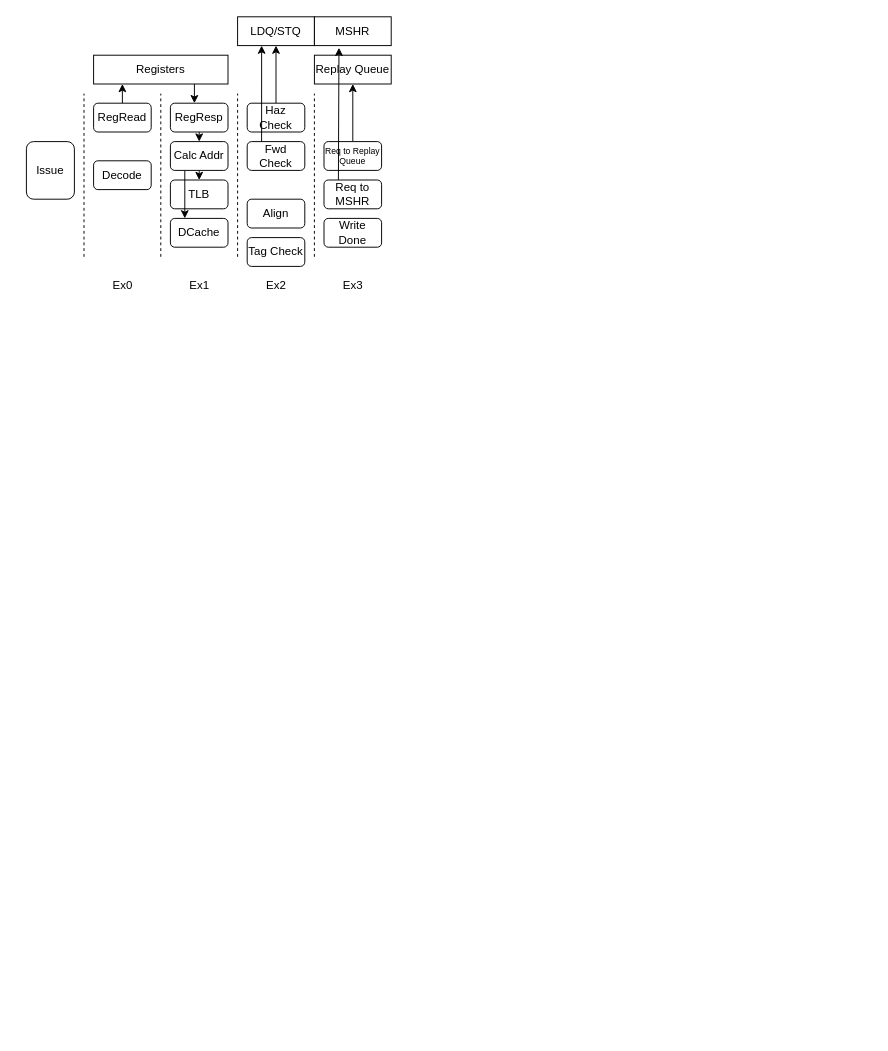
Above: page "LSU Pipeline" (13 of 14) of docs/source/msrh.drawio in msyksphinz-self/scariv_zero (draw.io), before the change. Source tidied: cells renumbered, new cells numbered last; positions are measured from the earlier drawing's top-left corner, leaving out a move shared by most shapes. Both pictures are drawn from the tidied source at 96%, with x=0, y=0 at pixel (26, 16).
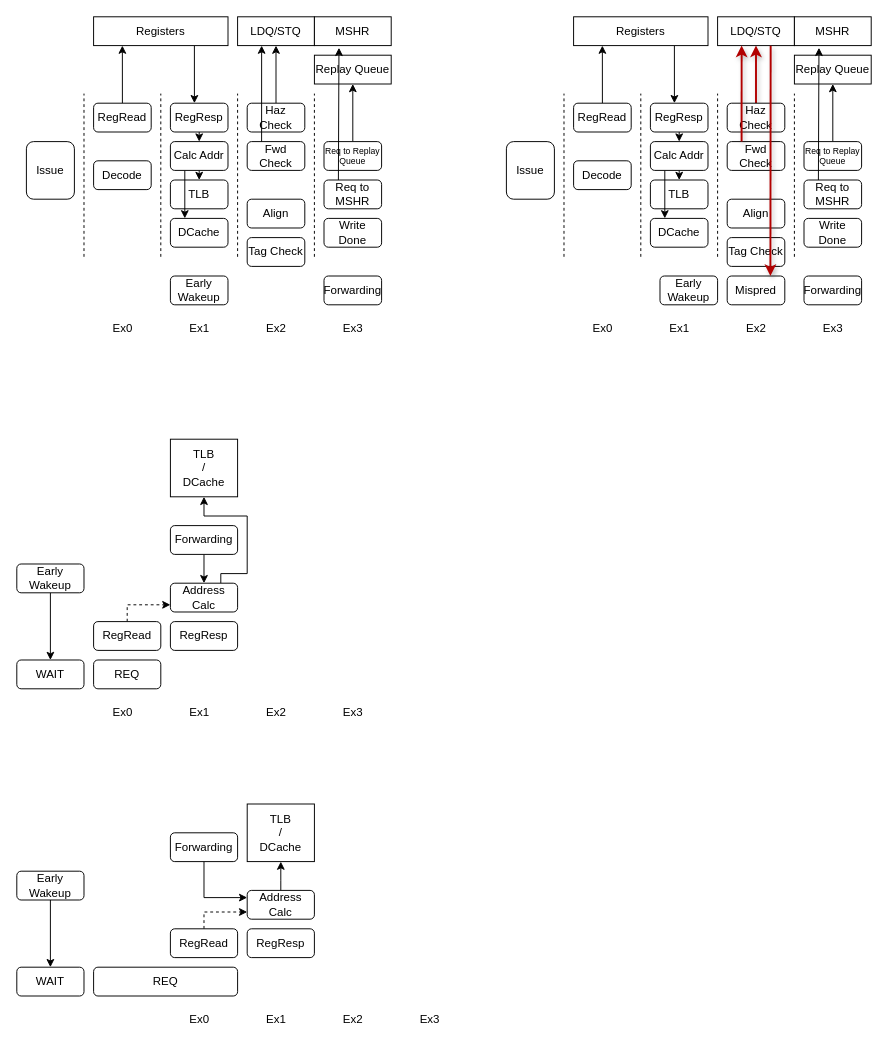
The same diagram, later.

Commit message:
Add LSU update pipeline

The edit, as a diff of the source:
```diff
@@
     <mxCell id="15" value="Registers" style="rounded=0;whiteSpace=wrap;html=1;" parent="1" vertex="1">
-      <mxGeometry x="70" y="40" width="140" height="30" as="geometry" />
+      <mxGeometry x="70" width="140" height="30" as="geometry" />
     </mxCell>
@@
     <mxCell id="19" value="Ex0" style="text;html=1;align=center;verticalAlign=middle;strokeColor=none;fillColor=none;" parent="1" vertex="1">
-      <mxGeometry x="80" y="265" width="40" height="30" as="geometry" />
+      <mxGeometry x="80" y="310" width="40" height="30" as="geometry" />
     </mxCell>
     <mxCell id="20" value="Ex1" style="text;html=1;align=center;verticalAlign=middle;strokeColor=none;fillColor=none;" parent="1" vertex="1">
-      <mxGeometry x="160" y="265" width="40" height="30" as="geometry" />
+      <mxGeometry x="160" y="310" width="40" height="30" as="geometry" />
     </mxCell>
     <mxCell id="21" value="Ex2" style="text;html=1;align=center;verticalAlign=middle;strokeColor=none;fillColor=none;" parent="1" vertex="1">
-      <mxGeometry x="240" y="265" width="40" height="30" as="geometry" />
+      <mxGeometry x="240" y="310" width="40" height="30" as="geometry" />
     </mxCell>
     <mxCell id="22" value="Ex3" style="text;html=1;align=center;verticalAlign=middle;strokeColor=none;fillColor=none;" parent="1" vertex="1">
-      <mxGeometry x="320" y="265" width="40" height="30" as="geometry" />
+      <mxGeometry x="320" y="310" width="40" height="30" as="geometry" />
     </mxCell>
@@
+    <mxCell id="37" value="Early Wakeup" style="rounded=1;whiteSpace=wrap;html=1;" parent="1" vertex="1">
+      <mxGeometry x="150" y="270" width="60" height="30" as="geometry" />
+    </mxCell>
+    <mxCell id="38" value="Forwarding" style="rounded=1;whiteSpace=wrap;html=1;" parent="1" vertex="1">
+      <mxGeometry x="310" y="270" width="60" height="30" as="geometry" />
+    </mxCell>
+    <mxCell id="39" value="WAIT" style="rounded=1;whiteSpace=wrap;html=1;" parent="1" vertex="1">
+      <mxGeometry x="-10" y="670" width="70" height="30" as="geometry" />
+    </mxCell>
+    <mxCell id="40" value="Ex0" style="text;html=1;align=center;verticalAlign=middle;strokeColor=none;fillColor=none;" parent="1" vertex="1">
+      <mxGeometry x="80" y="710" width="40" height="30" as="geometry" />
+    </mxCell>
+    <mxCell id="41" value="Ex1" style="text;html=1;align=center;verticalAlign=middle;strokeColor=none;fillColor=none;" parent="1" vertex="1">
+      <mxGeometry x="160" y="710" width="40" height="30" as="geometry" />
+    </mxCell>
+    <mxCell id="42" value="Ex2" style="text;html=1;align=center;verticalAlign=middle;strokeColor=none;fillColor=none;" parent="1" vertex="1">
+      <mxGeometry x="240" y="710" width="40" height="30" as="geometry" />
+    </mxCell>
+    <mxCell id="43" value="Ex3" style="text;html=1;align=center;verticalAlign=middle;strokeColor=none;fillColor=none;" parent="1" vertex="1">
+      <mxGeometry x="320" y="710" width="40" height="30" as="geometry" />
+    </mxCell>
+    <mxCell id="44" style="edgeStyle=none;html=1;exitX=0.5;exitY=1;exitDx=0;exitDy=0;entryX=0.5;entryY=0;entryDx=0;entryDy=0;fontSize=9;" parent="1" edge="1" source="45" target="39">
+      <mxGeometry relative="1" as="geometry" />
+    </mxCell>
+    <mxCell id="45" value="Early Wakeup" style="rounded=1;whiteSpace=wrap;html=1;" parent="1" vertex="1">
+      <mxGeometry x="-10" y="570" width="70" height="30" as="geometry" />
+    </mxCell>
+    <mxCell id="46" value="REQ" style="rounded=1;whiteSpace=wrap;html=1;" parent="1" vertex="1">
+      <mxGeometry x="70" y="670" width="70" height="30" as="geometry" />
+    </mxCell>
+    <mxCell id="47" style="edgeStyle=orthogonalEdgeStyle;html=1;exitX=0.5;exitY=1;exitDx=0;exitDy=0;entryX=0.5;entryY=0;entryDx=0;entryDy=0;fontSize=9;rounded=0;" parent="1" edge="1" source="48" target="53">
+      <mxGeometry relative="1" as="geometry" />
+    </mxCell>
+    <mxCell id="48" value="Forwarding" style="rounded=1;whiteSpace=wrap;html=1;" parent="1" vertex="1">
+      <mxGeometry x="150" y="530" width="70" height="30" as="geometry" />
+    </mxCell>
+    <mxCell id="49" style="edgeStyle=orthogonalEdgeStyle;rounded=0;html=1;exitX=0.5;exitY=0;exitDx=0;exitDy=0;entryX=0;entryY=0.75;entryDx=0;entryDy=0;fontSize=9;dashed=1;" parent="1" edge="1" source="50" target="53">
+      <mxGeometry relative="1" as="geometry" />
+    </mxCell>
+    <mxCell id="50" value="RegRead" style="rounded=1;whiteSpace=wrap;html=1;fontStyle=0;" parent="1" vertex="1">
+      <mxGeometry x="70" y="630" width="70" height="30" as="geometry" />
+    </mxCell>
+    <mxCell id="51" value="RegResp" style="rounded=1;whiteSpace=wrap;html=1;fontStyle=0;" parent="1" vertex="1">
+      <mxGeometry x="150" y="630" width="70" height="30" as="geometry" />
+    </mxCell>
+    <mxCell id="52" style="edgeStyle=orthogonalEdgeStyle;rounded=0;html=1;exitX=0.75;exitY=0;exitDx=0;exitDy=0;entryX=0.5;entryY=1;entryDx=0;entryDy=0;fontSize=12;" parent="1" edge="1" source="53" target="54">
+      <mxGeometry relative="1" as="geometry">
+        <Array as="points">
+          <mxPoint x="203" y="580" />
+          <mxPoint x="230" y="580" />
+          <mxPoint x="230" y="520" />
+          <mxPoint x="185" y="520" />
+        </Array>
+      </mxGeometry>
+    </mxCell>
+    <mxCell id="53" value="Address&lt;br style=&quot;font-size: 12px;&quot;&gt;Calc" style="rounded=1;whiteSpace=wrap;html=1;fontSize=12;" parent="1" vertex="1">
+      <mxGeometry x="150" y="590" width="70" height="30" as="geometry" />
+    </mxCell>
+    <mxCell id="54" value="TLB&lt;br style=&quot;font-size: 12px;&quot;&gt;/&lt;br style=&quot;font-size: 12px;&quot;&gt;DCache" style="rounded=0;whiteSpace=wrap;html=1;fontSize=12;" parent="1" vertex="1">
+      <mxGeometry x="150" y="440" width="70" height="60" as="geometry" />
+    </mxCell>
+    <mxCell id="55" value="WAIT" style="rounded=1;whiteSpace=wrap;html=1;" parent="1" vertex="1">
+      <mxGeometry x="-10" y="990" width="70" height="30" as="geometry" />
+    </mxCell>
+    <mxCell id="56" value="Ex0" style="text;html=1;align=center;verticalAlign=middle;strokeColor=none;fillColor=none;" parent="1" vertex="1">
+      <mxGeometry x="160" y="1030" width="40" height="30" as="geometry" />
+    </mxCell>
+    <mxCell id="57" value="Ex1" style="text;html=1;align=center;verticalAlign=middle;strokeColor=none;fillColor=none;" parent="1" vertex="1">
+      <mxGeometry x="240" y="1030" width="40" height="30" as="geometry" />
+    </mxCell>
+    <mxCell id="58" value="Ex2" style="text;html=1;align=center;verticalAlign=middle;strokeColor=none;fillColor=none;" parent="1" vertex="1">
+      <mxGeometry x="320" y="1030" width="40" height="30" as="geometry" />
+    </mxCell>
+    <mxCell id="59" value="Ex3" style="text;html=1;align=center;verticalAlign=middle;strokeColor=none;fillColor=none;" parent="1" vertex="1">
+      <mxGeometry x="400" y="1030" width="40" height="30" as="geometry" />
+    </mxCell>
+    <mxCell id="60" style="edgeStyle=none;html=1;exitX=0.5;exitY=1;exitDx=0;exitDy=0;entryX=0.5;entryY=0;entryDx=0;entryDy=0;fontSize=9;" parent="1" edge="1" source="61" target="55">
+      <mxGeometry relative="1" as="geometry" />
+    </mxCell>
+    <mxCell id="61" value="Early Wakeup" style="rounded=1;whiteSpace=wrap;html=1;" parent="1" vertex="1">
+      <mxGeometry x="-10" y="890" width="70" height="30" as="geometry" />
+    </mxCell>
+    <mxCell id="62" value="REQ" style="rounded=1;whiteSpace=wrap;html=1;" parent="1" vertex="1">
+      <mxGeometry x="70" y="990" width="150" height="30" as="geometry" />
+    </mxCell>
+    <mxCell id="63" style="edgeStyle=orthogonalEdgeStyle;html=1;exitX=0.5;exitY=1;exitDx=0;exitDy=0;entryX=0;entryY=0.25;entryDx=0;entryDy=0;fontSize=9;rounded=0;" parent="1" edge="1" source="64" target="69">
+      <mxGeometry relative="1" as="geometry" />
+    </mxCell>
+    <mxCell id="64" value="Forwarding" style="rounded=1;whiteSpace=wrap;html=1;" parent="1" vertex="1">
+      <mxGeometry x="150" y="850" width="70" height="30" as="geometry" />
+    </mxCell>
+    <mxCell id="65" style="edgeStyle=orthogonalEdgeStyle;rounded=0;html=1;exitX=0.5;exitY=0;exitDx=0;exitDy=0;entryX=0;entryY=0.75;entryDx=0;entryDy=0;fontSize=9;dashed=1;" parent="1" edge="1" source="66" target="69">
+      <mxGeometry relative="1" as="geometry" />
+    </mxCell>
+    <mxCell id="66" value="RegRead" style="rounded=1;whiteSpace=wrap;html=1;fontStyle=0;" parent="1" vertex="1">
+      <mxGeometry x="150" y="950" width="70" height="30" as="geometry" />
+    </mxCell>
+    <mxCell id="67" value="RegResp" style="rounded=1;whiteSpace=wrap;html=1;fontStyle=0;" parent="1" vertex="1">
+      <mxGeometry x="230" y="950" width="70" height="30" as="geometry" />
+    </mxCell>
+    <mxCell id="68" style="edgeStyle=orthogonalEdgeStyle;rounded=0;html=1;exitX=0.5;exitY=0;exitDx=0;exitDy=0;entryX=0.5;entryY=1;entryDx=0;entryDy=0;fontSize=12;" parent="1" edge="1" source="69" target="70">
+      <mxGeometry relative="1" as="geometry">
+        <Array as="points">
+          <mxPoint x="265" y="900" />
+          <mxPoint x="265" y="900" />
+        </Array>
+      </mxGeometry>
+    </mxCell>
+    <mxCell id="69" value="Address&lt;br style=&quot;font-size: 12px;&quot;&gt;Calc" style="rounded=1;whiteSpace=wrap;html=1;fontSize=12;" parent="1" vertex="1">
+      <mxGeometry x="230" y="910" width="70" height="30" as="geometry" />
+    </mxCell>
+    <mxCell id="70" value="TLB&lt;br style=&quot;font-size: 12px;&quot;&gt;/&lt;br style=&quot;font-size: 12px;&quot;&gt;DCache" style="rounded=0;whiteSpace=wrap;html=1;fontSize=12;" parent="1" vertex="1">
+      <mxGeometry x="230" y="820" width="70" height="60" as="geometry" />
+    </mxCell>
+    <mxCell id="71" style="endArrow=none;dashed=1;html=1;" parent="1" edge="1">
+      <mxGeometry relative="1" as="geometry">
+        <mxPoint x="560" y="250" as="sourcePoint" />
+        <mxPoint x="560" y="80" as="targetPoint" />
+      </mxGeometry>
+    </mxCell>
+    <mxCell id="72" value="Issue" style="rounded=1;whiteSpace=wrap;html=1;" parent="1" vertex="1">
+      <mxGeometry x="500" y="130" width="50" height="60" as="geometry" />
+    </mxCell>
+    <mxCell id="73" style="endArrow=none;dashed=1;html=1;" parent="1" edge="1">
+      <mxGeometry relative="1" as="geometry">
+        <mxPoint x="640" y="250" as="sourcePoint" />
+        <mxPoint x="640" y="80" as="targetPoint" />
+      </mxGeometry>
+    </mxCell>
+    <mxCell id="74" style="edgeStyle=none;html=1;exitX=0.5;exitY=0;exitDx=0;exitDy=0;entryX=0.214;entryY=1;entryDx=0;entryDy=0;entryPerimeter=0;" parent="1" edge="1" source="75" target="84">
+      <mxGeometry relative="1" as="geometry" />
+    </mxCell>
+    <mxCell id="75" value="RegRead" style="rounded=1;whiteSpace=wrap;html=1;" parent="1" vertex="1">
+      <mxGeometry x="570" y="90" width="60" height="30" as="geometry" />
+    </mxCell>
+    <mxCell id="76" value="Decode" style="rounded=1;whiteSpace=wrap;html=1;" parent="1" vertex="1">
+      <mxGeometry x="570" y="150" width="60" height="30" as="geometry" />
+    </mxCell>
+    <mxCell id="77" style="edgeStyle=none;html=1;exitX=0.5;exitY=1;exitDx=0;exitDy=0;entryX=0.5;entryY=0;entryDx=0;entryDy=0;" parent="1" edge="1" source="78" target="82">
+      <mxGeometry relative="1" as="geometry" />
+    </mxCell>
+    <mxCell id="78" value="RegResp" style="rounded=1;whiteSpace=wrap;html=1;" parent="1" vertex="1">
+      <mxGeometry x="650" y="90" width="60" height="30" as="geometry" />
+    </mxCell>
+    <mxCell id="79" value="TLB" style="rounded=1;whiteSpace=wrap;html=1;" parent="1" vertex="1">
+      <mxGeometry x="650" y="170" width="60" height="30" as="geometry" />
+    </mxCell>
+    <mxCell id="80" style="edgeStyle=none;html=1;exitX=0.5;exitY=1;exitDx=0;exitDy=0;entryX=0.5;entryY=0;entryDx=0;entryDy=0;" parent="1" edge="1" source="82" target="79">
+      <mxGeometry relative="1" as="geometry" />
+    </mxCell>
+    <mxCell id="81" style="edgeStyle=none;html=1;exitX=0.25;exitY=1;exitDx=0;exitDy=0;entryX=0.25;entryY=0;entryDx=0;entryDy=0;" parent="1" edge="1" source="82" target="85">
+      <mxGeometry relative="1" as="geometry" />
+    </mxCell>
+    <mxCell id="82" value="Calc Addr" style="rounded=1;whiteSpace=wrap;html=1;" parent="1" vertex="1">
+      <mxGeometry x="650" y="130" width="60" height="30" as="geometry" />
+    </mxCell>
+    <mxCell id="83" style="edgeStyle=none;html=1;exitX=0.75;exitY=1;exitDx=0;exitDy=0;entryX=0.417;entryY=0;entryDx=0;entryDy=0;entryPerimeter=0;" parent="1" edge="1" source="84" target="78">
+      <mxGeometry relative="1" as="geometry" />
+    </mxCell>
+    <mxCell id="84" value="Registers" style="rounded=0;whiteSpace=wrap;html=1;" parent="1" vertex="1">
+      <mxGeometry x="570" width="140" height="30" as="geometry" />
+    </mxCell>
+    <mxCell id="85" value="DCache" style="rounded=1;whiteSpace=wrap;html=1;" parent="1" vertex="1">
+      <mxGeometry x="650" y="210" width="60" height="30" as="geometry" />
+    </mxCell>
+    <mxCell id="86" style="endArrow=none;dashed=1;html=1;" parent="1" edge="1">
+      <mxGeometry relative="1" as="geometry">
+        <mxPoint x="720" y="250" as="sourcePoint" />
+        <mxPoint x="720" y="80" as="targetPoint" />
+      </mxGeometry>
+    </mxCell>
+    <mxCell id="87" value="Tag Check" style="rounded=1;whiteSpace=wrap;html=1;" parent="1" vertex="1">
+      <mxGeometry x="730" y="230" width="60" height="30" as="geometry" />
+    </mxCell>
+    <mxCell id="88" value="Ex0" style="text;html=1;align=center;verticalAlign=middle;strokeColor=none;fillColor=none;" parent="1" vertex="1">
+      <mxGeometry x="580" y="310" width="40" height="30" as="geometry" />
+    </mxCell>
+    <mxCell id="89" value="Ex1" style="text;html=1;align=center;verticalAlign=middle;strokeColor=none;fillColor=none;" parent="1" vertex="1">
+      <mxGeometry x="660" y="310" width="40" height="30" as="geometry" />
+    </mxCell>
+    <mxCell id="90" value="Ex2" style="text;html=1;align=center;verticalAlign=middle;strokeColor=none;fillColor=none;" parent="1" vertex="1">
+      <mxGeometry x="740" y="310" width="40" height="30" as="geometry" />
+    </mxCell>
+    <mxCell id="91" value="Ex3" style="text;html=1;align=center;verticalAlign=middle;strokeColor=none;fillColor=none;" parent="1" vertex="1">
+      <mxGeometry x="820" y="310" width="40" height="30" as="geometry" />
+    </mxCell>
+    <mxCell id="92" value="Fwd Check" style="rounded=1;whiteSpace=wrap;html=1;" parent="1" vertex="1">
+      <mxGeometry x="730" y="130" width="60" height="30" as="geometry" />
+    </mxCell>
+    <mxCell id="93" style="endArrow=none;dashed=1;html=1;" parent="1" edge="1">
+      <mxGeometry relative="1" as="geometry">
+        <mxPoint x="800" y="250" as="sourcePoint" />
+        <mxPoint x="800" y="80" as="targetPoint" />
+      </mxGeometry>
+    </mxCell>
+    <mxCell id="94" style="edgeStyle=none;html=1;exitX=0.5;exitY=0;exitDx=0;exitDy=0;entryX=0.5;entryY=1;entryDx=0;entryDy=0;fillColor=#e51400;strokeColor=#B20000;shadow=1;strokeWidth=2;" parent="1" edge="1" source="95" target="96">
+      <mxGeometry relative="1" as="geometry" />
+    </mxCell>
+    <mxCell id="95" value="Haz&lt;br&gt;Check" style="rounded=1;whiteSpace=wrap;html=1;" parent="1" vertex="1">
+      <mxGeometry x="730" y="90" width="60" height="30" as="geometry" />
+    </mxCell>
+    <mxCell id="96" value="LDQ/STQ" style="rounded=0;whiteSpace=wrap;html=1;" parent="1" vertex="1">
+      <mxGeometry x="720" width="80" height="30" as="geometry" />
+    </mxCell>
+    <mxCell id="97" style="edgeStyle=none;html=1;exitX=0.25;exitY=0;exitDx=0;exitDy=0;entryX=0.313;entryY=1;entryDx=0;entryDy=0;entryPerimeter=0;fillColor=#e51400;strokeColor=#B20000;shadow=1;strokeWidth=2;" parent="1" edge="1" source="92" target="96">
+      <mxGeometry relative="1" as="geometry" />
+    </mxCell>
+    <mxCell id="98" value="Replay Queue" style="rounded=0;whiteSpace=wrap;html=1;" parent="1" vertex="1">
+      <mxGeometry x="800" y="40" width="80" height="30" as="geometry" />
+    </mxCell>
+    <mxCell id="99" value="Req to MSHR" style="rounded=1;whiteSpace=wrap;html=1;" parent="1" vertex="1">
+      <mxGeometry x="810" y="170" width="60" height="30" as="geometry" />
+    </mxCell>
+    <mxCell id="100" style="edgeStyle=none;html=1;exitX=0.5;exitY=0;exitDx=0;exitDy=0;entryX=0.5;entryY=1;entryDx=0;entryDy=0;fontSize=9;" parent="1" edge="1" source="101" target="98">
+      <mxGeometry relative="1" as="geometry" />
+    </mxCell>
+    <mxCell id="101" value="Req to Replay Queue" style="rounded=1;whiteSpace=wrap;html=1;fontSize=9;" parent="1" vertex="1">
+      <mxGeometry x="810" y="130" width="60" height="30" as="geometry" />
+    </mxCell>
+    <mxCell id="102" value="MSHR" style="rounded=0;whiteSpace=wrap;html=1;" parent="1" vertex="1">
+      <mxGeometry x="800" width="80" height="30" as="geometry" />
+    </mxCell>
+    <mxCell id="103" style="edgeStyle=none;html=1;exitX=0.25;exitY=0;exitDx=0;exitDy=0;entryX=0.32;entryY=1.076;entryDx=0;entryDy=0;entryPerimeter=0;fontSize=9;" parent="1" edge="1" source="99" target="102">
+      <mxGeometry relative="1" as="geometry" />
+    </mxCell>
+    <mxCell id="104" value="Write&lt;br&gt;Done" style="rounded=1;whiteSpace=wrap;html=1;" parent="1" vertex="1">
+      <mxGeometry x="810" y="210" width="60" height="30" as="geometry" />
+    </mxCell>
+    <mxCell id="105" value="Align" style="rounded=1;whiteSpace=wrap;html=1;" parent="1" vertex="1">
+      <mxGeometry x="730" y="190" width="60" height="30" as="geometry" />
+    </mxCell>
+    <mxCell id="106" value="Early Wakeup" style="rounded=1;whiteSpace=wrap;html=1;" parent="1" vertex="1">
+      <mxGeometry x="660" y="270" width="60" height="30" as="geometry" />
+    </mxCell>
+    <mxCell id="107" value="Forwarding" style="rounded=1;whiteSpace=wrap;html=1;" parent="1" vertex="1">
+      <mxGeometry x="810" y="270" width="60" height="30" as="geometry" />
+    </mxCell>
+    <mxCell id="108" value="Mispred" style="rounded=1;whiteSpace=wrap;html=1;" parent="1" vertex="1">
+      <mxGeometry x="730" y="270" width="60" height="30" as="geometry" />
+    </mxCell>
+    <mxCell id="109" style="edgeStyle=none;html=1;entryX=0.75;entryY=0;entryDx=0;entryDy=0;exitX=0.691;exitY=1.003;exitDx=0;exitDy=0;exitPerimeter=0;fillColor=#e51400;strokeColor=#B20000;strokeWidth=2;shadow=1;" parent="1" edge="1" source="96" target="108">
+      <mxGeometry relative="1" as="geometry" />
+    </mxCell>
```
